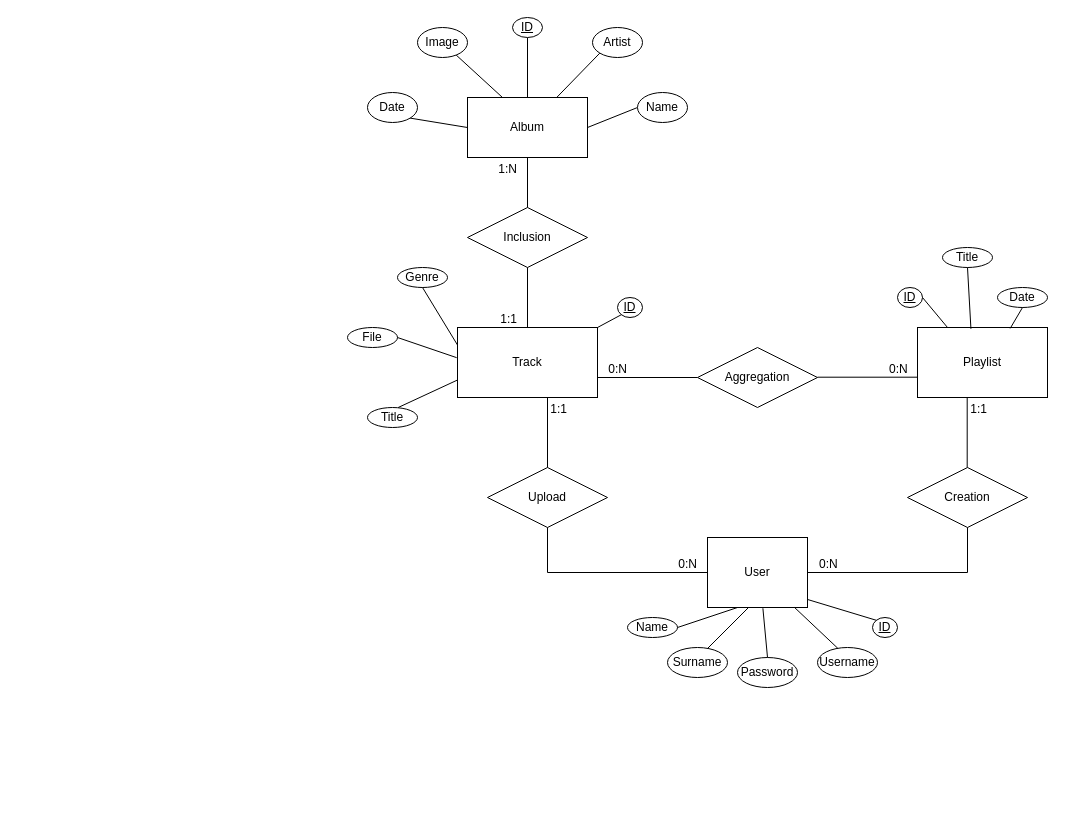
The draw.io diagram deliverables/ER with Album.drawio in alex-atanassov/TIW2021-Atanassov-Bruno, before the edit. Source tidied: cells renumbered, new cells numbered last; positions are measured from the earlier drawing's top-left corner, leaving out a move shared by most shapes. Both pictures are drawn from the tidied source at 100%, with x=0, y=0 at pixel (347, 17).
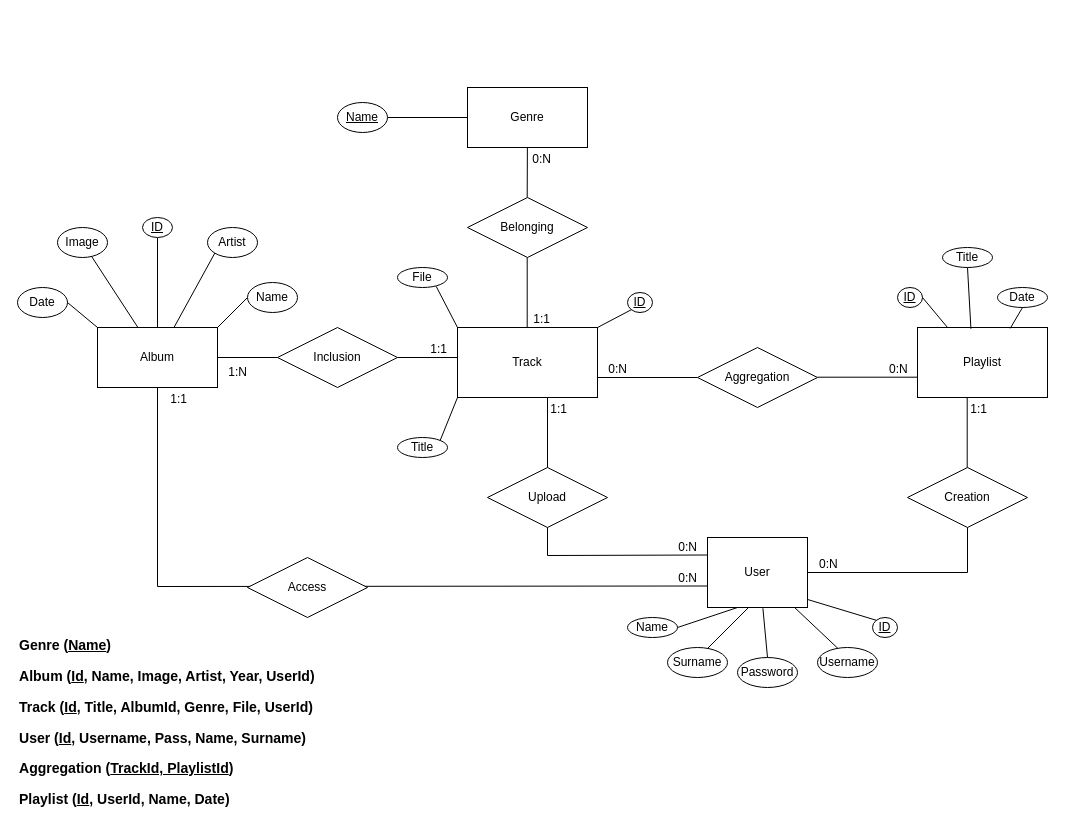
The same page after the edit.

Unchanged cells that the change refers to:
```xml
<mxCell id="2" value="Track" style="whiteSpace=wrap;html=1;align=center;" parent="1" vertex="1">
  <mxGeometry x="110" y="310" width="140" height="70" as="geometry" />
</mxCell>
<mxCell id="4" value="User" style="whiteSpace=wrap;html=1;align=center;" parent="1" vertex="1">
  <mxGeometry x="360" y="520" width="100" height="70" as="geometry" />
</mxCell>
```

What changed in the source:
```diff
@@
-    <mxCell id="8" style="endArrow=none;html=1;rounded=0;entryX=0;entryY=0.5;entryDx=0;entryDy=0;" parent="1" edge="1" target="4">
+    <mxCell id="8" style="endArrow=none;html=1;rounded=0;entryX=0;entryY=0.25;entryDx=0;entryDy=0;" parent="1" edge="1" target="4">
       <mxGeometry relative="1" as="geometry">
         <mxPoint x="200" y="510" as="sourcePoint" />
         <Array as="points">
-          <mxPoint x="200" y="555" />
+          <mxPoint x="200" y="538" />
         </Array>
       </mxGeometry>
     </mxCell>
@@
-    <mxCell id="20" value="Genre" style="ellipse;whiteSpace=wrap;html=1;align=center;" parent="1" vertex="1">
-      <mxGeometry x="50" y="250" width="50" height="20" as="geometry" />
-    </mxCell>
     <mxCell id="21" value="Image" style="ellipse;whiteSpace=wrap;html=1;align=center;" parent="1" vertex="1">
-      <mxGeometry x="70" y="10" width="50" height="30" as="geometry" />
+      <mxGeometry x="-290" y="210" width="50" height="30" as="geometry" />
     </mxCell>
     <mxCell id="22" value="Date" style="ellipse;whiteSpace=wrap;html=1;align=center;" parent="1" vertex="1">
-      <mxGeometry x="20" y="75" width="50" height="30" as="geometry" />
+      <mxGeometry x="-330" y="270" width="50" height="30" as="geometry" />
     </mxCell>
     <mxCell id="23" value="File" style="ellipse;whiteSpace=wrap;html=1;align=center;" parent="1" vertex="1">
-      <mxGeometry y="310" width="50" height="20" as="geometry" />
+      <mxGeometry x="50" y="250" width="50" height="20" as="geometry" />
     </mxCell>
     <mxCell id="24" value="Title" style="ellipse;whiteSpace=wrap;html=1;align=center;" parent="1" vertex="1">
-      <mxGeometry x="20" y="390" width="50" height="20" as="geometry" />
+      <mxGeometry x="50" y="420" width="50" height="20" as="geometry" />
     </mxCell>
     <mxCell id="25" value="ID" style="ellipse;whiteSpace=wrap;html=1;align=center;fontStyle=4;" parent="1" vertex="1">
-      <mxGeometry x="270" y="280" width="25" height="20" as="geometry" />
+      <mxGeometry x="280" y="275" width="25" height="20" as="geometry" />
     </mxCell>
@@
-    <mxCell id="34" style="endArrow=none;html=1;exitX=0;exitY=0.5;exitDx=0;exitDy=0;entryX=1;entryY=1;entryDx=0;entryDy=0;" parent="1" edge="1" source="47" target="22">
+    <mxCell id="34" style="endArrow=none;html=1;exitX=0;exitY=0;exitDx=0;exitDy=0;entryX=1;entryY=0.5;entryDx=0;entryDy=0;" parent="1" edge="1" source="47" target="22">
       <mxGeometry relative="1" as="geometry" />
     </mxCell>
-    <mxCell id="35" style="endArrow=none;html=1;exitX=0;exitY=0.75;exitDx=0;exitDy=0;entryX=1;entryY=1;entryDx=0;entryDy=0;" parent="1" edge="1" source="2">
-      <mxGeometry relative="1" as="geometry">
-        <mxPoint x="50.7" y="390" as="targetPoint" />
-      </mxGeometry>
+    <mxCell id="35" style="endArrow=none;html=1;exitX=0;exitY=1;exitDx=0;exitDy=0;entryX=1;entryY=0;entryDx=0;entryDy=0;" parent="1" edge="1" source="2" target="24">
+      <mxGeometry relative="1" as="geometry" />
     </mxCell>
-    <mxCell id="36" style="endArrow=none;html=1;exitX=0;exitY=0.25;exitDx=0;exitDy=0;entryX=0.5;entryY=1;entryDx=0;entryDy=0;" parent="1" edge="1" source="2" target="20">
-      <mxGeometry relative="1" as="geometry" />
+    <mxCell id="36" style="endArrow=none;html=1;entryX=0;entryY=0.5;entryDx=0;entryDy=0;" parent="1" edge="1" target="20">
+      <mxGeometry relative="1" as="geometry">
+        <mxPoint x="40" y="100" as="sourcePoint" />
+      </mxGeometry>
     </mxCell>
-    <mxCell id="37" style="endArrow=none;html=1;exitX=-0.006;exitY=0.431;exitDx=0;exitDy=0;exitPerimeter=0;entryX=1;entryY=0.5;entryDx=0;entryDy=0;" parent="1" edge="1" source="2" target="23">
+    <mxCell id="37" style="endArrow=none;html=1;exitX=0;exitY=0;exitDx=0;exitDy=0;entryX=0.773;entryY=0.941;entryDx=0;entryDy=0;entryPerimeter=0;" parent="1" edge="1" source="2" target="23">
       <mxGeometry relative="1" as="geometry" />
     </mxCell>
@@
     <mxCell id="47" value="&lt;div&gt;Album&lt;/div&gt;" style="rounded=0;whiteSpace=wrap;html=1;" parent="1" vertex="1">
-      <mxGeometry x="120" y="80" width="120" height="60" as="geometry" />
+      <mxGeometry x="-250" y="310" width="120" height="60" as="geometry" />
     </mxCell>
     <mxCell id="48" value="Inclusion" style="shape=rhombus;perimeter=rhombusPerimeter;whiteSpace=wrap;html=1;align=center;" parent="1" vertex="1">
-      <mxGeometry x="120" y="190" width="120" height="60" as="geometry" />
+      <mxGeometry x="-70" y="310" width="120" height="60" as="geometry" />
     </mxCell>
-    <mxCell id="49" style="endArrow=none;html=1;" parent="1" edge="1" target="21">
-      <mxGeometry relative="1" as="geometry">
-        <mxPoint x="155" y="80" as="sourcePoint" />
-      </mxGeometry>
+    <mxCell id="49" style="endArrow=none;html=1;" parent="1" edge="1" source="47" target="21">
+      <mxGeometry relative="1" as="geometry" />
     </mxCell>
@@
-    <mxCell id="51" style="endArrow=none;html=1;entryX=0;entryY=0.5;entryDx=0;entryDy=0;exitX=1;exitY=0.5;exitDx=0;exitDy=0;" parent="1" edge="1" source="47" target="58">
+    <mxCell id="51" style="endArrow=none;html=1;entryX=0;entryY=0.5;entryDx=0;entryDy=0;exitX=1;exitY=0;exitDx=0;exitDy=0;" parent="1" edge="1" source="47" target="58">
       <mxGeometry relative="1" as="geometry" />
     </mxCell>
-    <mxCell id="52" style="endArrow=none;html=1;rounded=0;entryX=0.5;entryY=1;entryDx=0;entryDy=0;exitX=0.5;exitY=0;exitDx=0;exitDy=0;" parent="1" edge="1" source="48" target="47">
+    <mxCell id="52" style="endArrow=none;html=1;rounded=0;entryX=1;entryY=0.5;entryDx=0;entryDy=0;exitX=0;exitY=0.5;exitDx=0;exitDy=0;" parent="1" edge="1" source="48" target="47">
       <mxGeometry relative="1" as="geometry" />
     </mxCell>
     <mxCell id="53" value="1:N" style="html=1;align=right;verticalAlign=bottom;" parent="52" vertex="1">
       <mxGeometry x="1" relative="1" as="geometry">
-        <mxPoint x="-10" y="20.3" as="offset" />
+        <mxPoint x="30" y="23" as="offset" />
       </mxGeometry>
     </mxCell>
-    <mxCell id="54" style="endArrow=none;html=1;rounded=0;entryX=0.5;entryY=0;entryDx=0;entryDy=0;exitX=0.5;exitY=1;exitDx=0;exitDy=0;" parent="1" edge="1" source="48" target="2">
+    <mxCell id="54" style="endArrow=none;html=1;rounded=0;entryX=0;entryY=0.429;entryDx=0;entryDy=0;exitX=1;exitY=0.5;exitDx=0;exitDy=0;entryPerimeter=0;" parent="1" edge="1" source="48" target="2">
       <mxGeometry relative="1" as="geometry" />
     </mxCell>
@@
     <mxCell id="56" value="ID" style="ellipse;whiteSpace=wrap;html=1;align=center;fontStyle=4;" parent="1" vertex="1">
-      <mxGeometry x="165" width="30" height="20" as="geometry" />
+      <mxGeometry x="-205" y="200" width="30" height="20" as="geometry" />
     </mxCell>
     <mxCell id="57" value="Artist" style="ellipse;whiteSpace=wrap;html=1;align=center;" parent="1" vertex="1">
-      <mxGeometry x="245" y="10" width="50" height="30" as="geometry" />
+      <mxGeometry x="-140" y="210" width="50" height="30" as="geometry" />
     </mxCell>
     <mxCell id="58" value="Name" style="ellipse;whiteSpace=wrap;html=1;align=center;" parent="1" vertex="1">
-      <mxGeometry x="290" y="75" width="50" height="30" as="geometry" />
+      <mxGeometry x="-100" y="265" width="50" height="30" as="geometry" />
     </mxCell>
@@
+    <mxCell id="60" value="Belonging" style="shape=rhombus;perimeter=rhombusPerimeter;whiteSpace=wrap;html=1;align=center;" parent="1" vertex="1">
+      <mxGeometry x="120" y="180" width="120" height="60" as="geometry" />
+    </mxCell>
+    <mxCell id="20" value="Genre" style="rounded=0;whiteSpace=wrap;html=1;" parent="1" vertex="1">
+      <mxGeometry x="120" y="70" width="120" height="60" as="geometry" />
+    </mxCell>
+    <mxCell id="61" value="Name" style="ellipse;whiteSpace=wrap;html=1;align=center;fontStyle=4;" parent="1" vertex="1">
+      <mxGeometry x="-10" y="85" width="50" height="30" as="geometry" />
+    </mxCell>
+    <mxCell id="62" style="endArrow=none;html=1;rounded=0;" parent="1" edge="1">
+      <mxGeometry relative="1" as="geometry">
+        <mxPoint x="179.7" y="310" as="sourcePoint" />
+        <mxPoint x="179.7" y="240" as="targetPoint" />
+      </mxGeometry>
+    </mxCell>
+    <mxCell id="63" value="1:1" style="html=1;align=right;verticalAlign=bottom;" parent="62" vertex="1">
+      <mxGeometry x="1" relative="1" as="geometry">
+        <mxPoint x="23" y="70" as="offset" />
+      </mxGeometry>
+    </mxCell>
+    <mxCell id="64" style="endArrow=none;html=1;rounded=0;" parent="1" edge="1" target="20">
+      <mxGeometry relative="1" as="geometry">
+        <mxPoint x="179.7" y="180" as="sourcePoint" />
+      </mxGeometry>
+    </mxCell>
+    <mxCell id="65" value="0:N" style="html=1;align=right;verticalAlign=bottom;" parent="64" vertex="1">
+      <mxGeometry x="1" relative="1" as="geometry">
+        <mxPoint x="24" y="20" as="offset" />
+      </mxGeometry>
+    </mxCell>
+    <mxCell id="66" style="endArrow=none;html=1;rounded=0;entryX=0;entryY=0.25;entryDx=0;entryDy=0;exitX=0.5;exitY=1;exitDx=0;exitDy=0;" parent="1" edge="1" source="47">
+      <mxGeometry relative="1" as="geometry">
+        <mxPoint x="360" y="568.5" as="targetPoint" />
+        <Array as="points">
+          <mxPoint x="-190" y="569" />
+        </Array>
+      </mxGeometry>
+    </mxCell>
+    <mxCell id="67" value="0:N" style="html=1;align=right;verticalAlign=bottom;" parent="66" vertex="1">
+      <mxGeometry x="1" relative="1" as="geometry">
+        <mxPoint x="-10.3" as="offset" />
+      </mxGeometry>
+    </mxCell>
+    <mxCell id="68" value="1:1" style="html=1;align=right;verticalAlign=bottom;" parent="1" vertex="1">
+      <mxGeometry x="-160" y="390" as="geometry" />
+    </mxCell>
+    <mxCell id="69" value="Access" style="shape=rhombus;perimeter=rhombusPerimeter;whiteSpace=wrap;html=1;align=center;" parent="1" vertex="1">
+      <mxGeometry x="-100" y="540" width="120" height="60" as="geometry" />
+    </mxCell>
+    <mxCell id="70" value="&lt;div align=&quot;left&quot;&gt;&lt;h3&gt;Genre (&lt;u&gt;Name&lt;/u&gt;)&lt;/h3&gt;&lt;/div&gt;&lt;div align=&quot;left&quot;&gt;&lt;h3&gt;Album (&lt;u&gt;Id&lt;/u&gt;, Name, Image, Artist, Year, UserId)&lt;/h3&gt;&lt;/div&gt;&lt;div&gt;&lt;h3&gt;Track (&lt;u&gt;Id&lt;/u&gt;, Title, AlbumId, Genre, File, UserId)&lt;/h3&gt;&lt;div&gt;&lt;h3&gt;User (&lt;u&gt;Id&lt;/u&gt;, Username, Pass, Name, Surname)&lt;/h3&gt;&lt;/div&gt;&lt;div&gt;&lt;h3&gt;Aggregation (&lt;u&gt;TrackId, PlaylistId&lt;/u&gt;)&lt;/h3&gt;&lt;/div&gt;&lt;div&gt;&lt;h3&gt;Playlist (&lt;u&gt;Id&lt;/u&gt;, UserId, Name, Date)&lt;/h3&gt;&lt;/div&gt;&lt;/div&gt;" style="text;html=1;align=left;verticalAlign=middle;strokeColor=none;" parent="1" vertex="1">
+      <mxGeometry x="-330" y="610" width="320" height="190" as="geometry" />
+    </mxCell>
```
